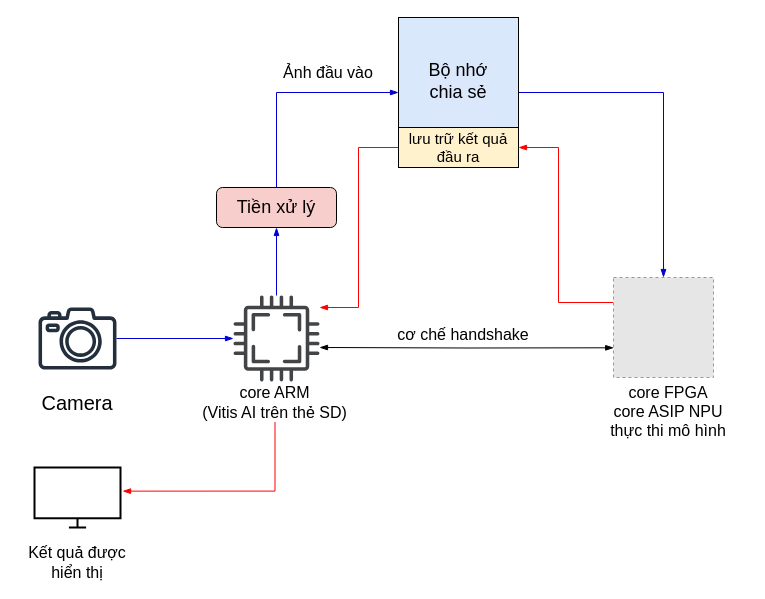
Above: page "Page-3" (3 of 3) of Synthesis.drawio in hoangtv2000/document-collection (draw.io), before the change. Source tidied: cells renumbered, new cells numbered last; positions are measured from the earlier drawing's top-left corner, leaving out a move shared by most shapes. Both pictures are drawn from the tidied source at 100%, with x=0, y=0 at pixel (17, 17). Pictures stored in the file or linked from it are replaced by grey dashed boxes.
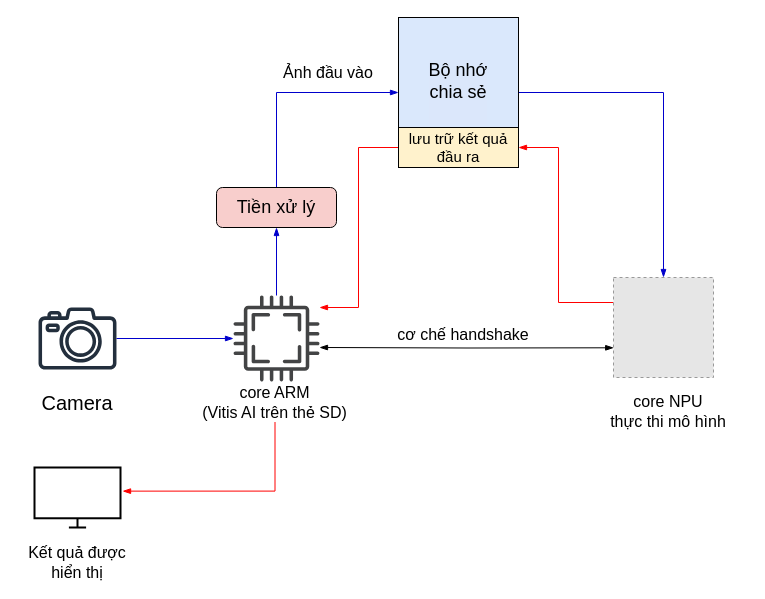
The same diagram, later.

The edit, as a diff of the source:
```diff
@@
-    <mxCell id="14" value="&lt;font style=&quot;font-size: 16px;&quot;&gt;core FPGA&lt;br&gt;core ASIP NPU&lt;br&gt;thực thi mô hình&lt;/font&gt;" style="text;html=1;align=center;verticalAlign=middle;whiteSpace=wrap;rounded=0;fontFamily=Helvetica;fontSize=11;fontColor=default;labelBackgroundColor=default;" parent="1" vertex="1">
+    <mxCell id="14" value="&lt;font style=&quot;font-size: 16px;&quot;&gt;core&amp;nbsp;NPU&lt;br&gt;thực thi mô hình&lt;/font&gt;" style="text;html=1;align=center;verticalAlign=middle;whiteSpace=wrap;rounded=0;fontFamily=Helvetica;fontSize=11;fontColor=default;labelBackgroundColor=default;" parent="1" vertex="1">
       <mxGeometry x="571" y="370" width="160" height="47" as="geometry" />
     </mxCell>
```
